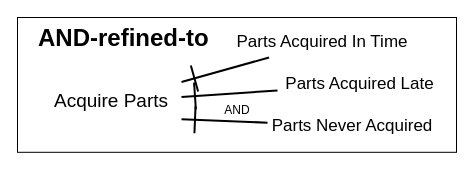
Before: page "iRL-manu-rel-3-and" (3 of 14) of Projects/iRL/Parameters/Images/Manufacturer/relationships/AND.drawio in cmg-york/Peira, a draw.io diagram. Source tidied: cells renumbered, new cells numbered last; positions are measured from the earlier drawing's top-left corner, leaving out a move shared by most shapes. Both pictures are drawn from the tidied source at 100%, with x=0, y=0 at pixel (17, 17).
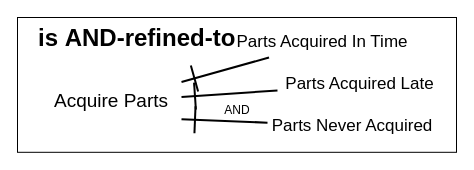
Above is the later version.

Diff of the diagram source:
```diff
@@
 <mxGraphModel>
   <root>
     <mxCell id="0" />
     <mxCell id="1" parent="0" />
-    <mxCell id="2" value="&lt;font&gt;&lt;b&gt;AND-refined-to&lt;/b&gt;&lt;/font&gt;" style="rounded=0;whiteSpace=wrap;html=1;align=left;fontSize=24;spacingLeft=19;horizontal=1;verticalAlign=top;" parent="1" vertex="1">
+    <mxCell id="2" value="&lt;font&gt;&lt;b&gt;is&amp;nbsp;&lt;/b&gt;&lt;b&gt;AND-refined-to&lt;/b&gt;&lt;/font&gt;" style="rounded=0;whiteSpace=wrap;html=1;align=left;fontSize=24;spacingLeft=19;horizontal=1;verticalAlign=top;" parent="1" vertex="1">
       <mxGeometry width="439" height="134.8" as="geometry" />
     </mxCell>
     <mxCell id="3" value="Parts Acquired In Time" style="text;html=1;align=center;verticalAlign=middle;whiteSpace=wrap;rounded=0;fontSize=17;" parent="1" vertex="1">
       <mxGeometry x="210" y="10" width="190" height="30" as="geometry" />
     </mxCell>
     <mxCell id="4" value="Acquire Parts" style="text;html=1;align=center;verticalAlign=middle;whiteSpace=wrap;rounded=0;fontSize=19;" parent="1" vertex="1">
       <mxGeometry x="24" y="49.2" width="140" height="70" as="geometry" />
     </mxCell>
     <mxCell id="5" style="endArrow=ERone;html=1;strokeWidth=2;endFill=0;endSize=24;" parent="1" edge="1" source="3" target="4">
       <mxGeometry relative="1" as="geometry" />
     </mxCell>
     <mxCell id="6" value="Parts Acquired Late" style="text;html=1;align=center;verticalAlign=middle;whiteSpace=wrap;rounded=0;fontSize=17;" parent="1" vertex="1">
       <mxGeometry x="260" y="56.8" width="165" height="21.2" as="geometry" />
     </mxCell>
     <mxCell id="7" style="endArrow=ERone;html=1;strokeWidth=2;endFill=0;endSize=24;" parent="1" edge="1" source="6" target="4">
       <mxGeometry relative="1" as="geometry" />
     </mxCell>
     <mxCell id="8" value="AND" style="text;html=1;align=center;verticalAlign=middle;whiteSpace=wrap;rounded=0;" parent="1" vertex="1">
       <mxGeometry x="189.5" y="78" width="60" height="30" as="geometry" />
     </mxCell>
     <mxCell id="9" style="endArrow=ERone;html=1;strokeWidth=2;endFill=0;endSize=24;entryX=1;entryY=0.75;entryDx=0;entryDy=0;" parent="1" edge="1" source="10" target="4">
       <mxGeometry relative="1" as="geometry" />
     </mxCell>
     <mxCell id="10" value="Parts Never Acquired" style="text;html=1;align=center;verticalAlign=middle;whiteSpace=wrap;rounded=0;fontSize=17;" parent="1" vertex="1">
       <mxGeometry x="250" y="98" width="170" height="21.2" as="geometry" />
     </mxCell>
   </root>
 </mxGraphModel>
```
